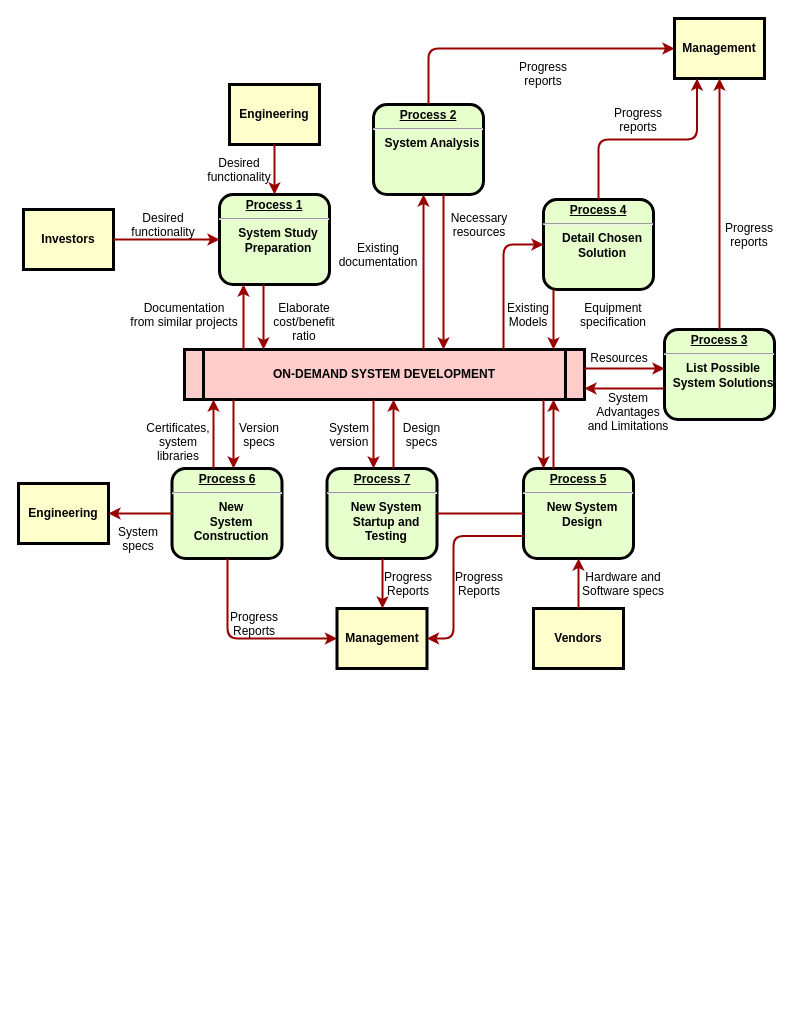
Above: Untitled Diagram.drawio in yangyp710643973/yyp (draw.io), before the change. Source tidied: cells renumbered, new cells numbered last; positions are measured from the earlier drawing's top-left corner, leaving out a move shared by most shapes. Both pictures are drawn from the tidied source at 100%, with x=0, y=0 at pixel (18, 18).
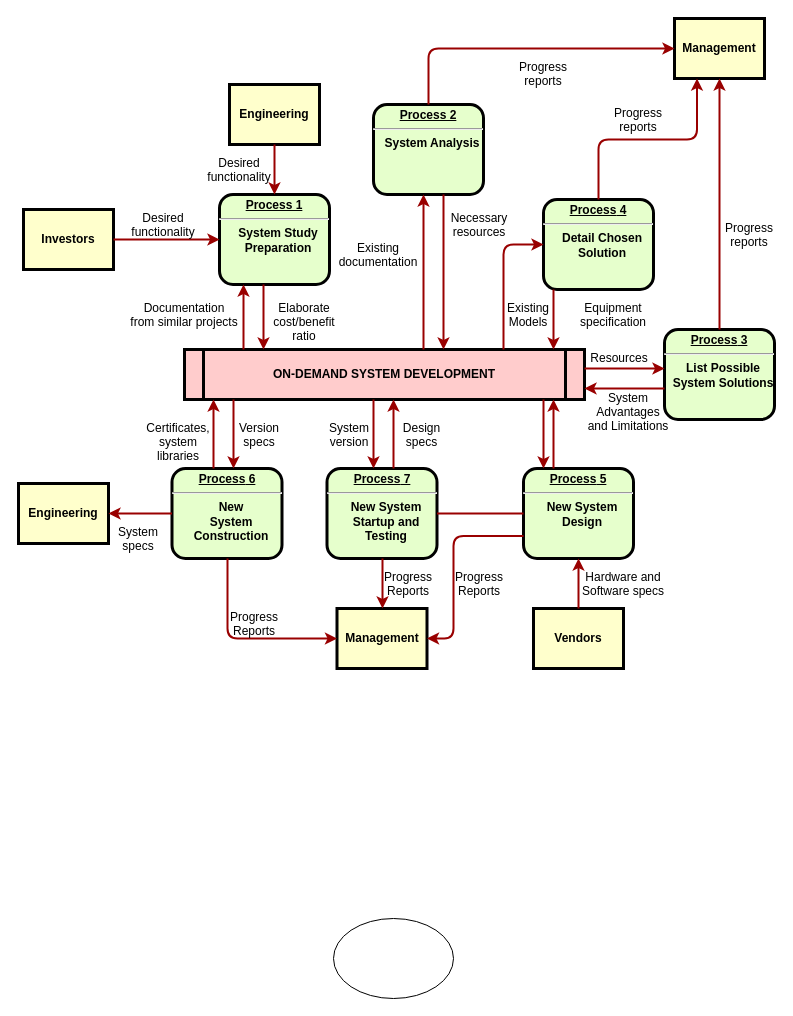
The same diagram, later.

Change to the diagram source:
```diff
@@
+    <mxCell id="63" style="ellipse;whiteSpace=wrap;html=1;" parent="1" vertex="1">
+      <mxGeometry x="315" y="900" width="120" height="80" as="geometry" />
+    </mxCell>
```
